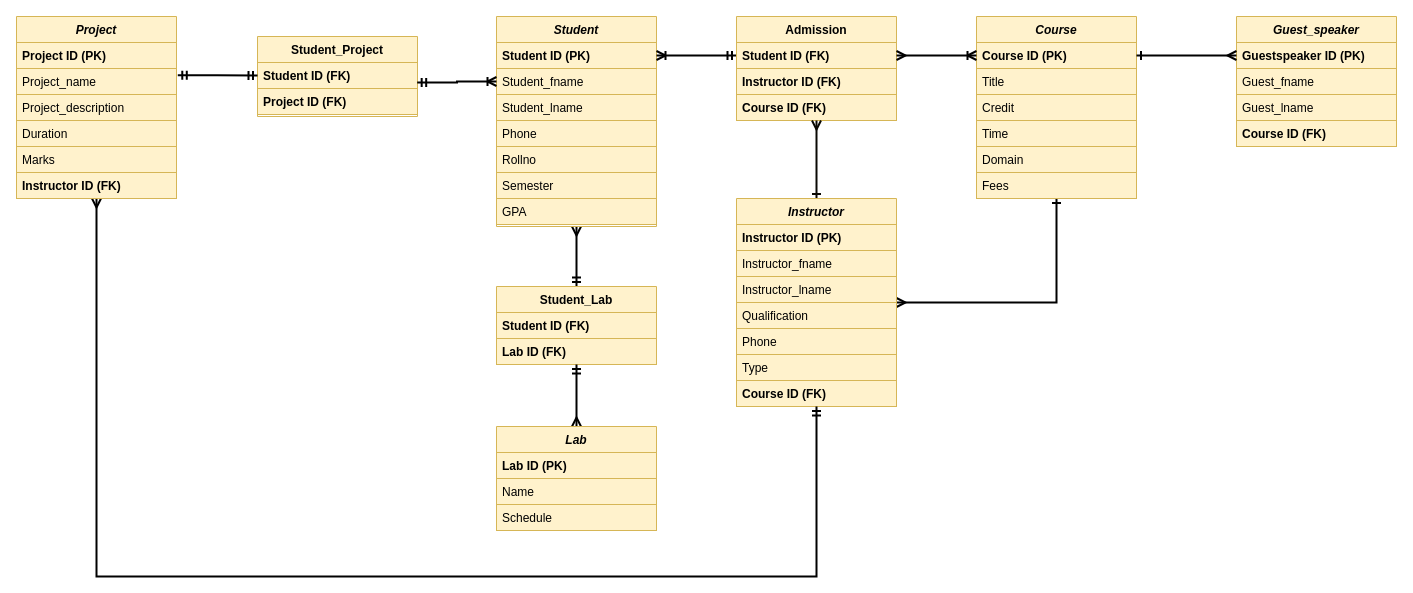
Earlier version of the draw.io diagram Untitled Diagram.drawio (sujalthakuri/h). Source tidied: cells renumbered, new cells numbered last; positions are measured from the earlier drawing's top-left corner, leaving out a move shared by most shapes. Both pictures are drawn from the tidied source at 100%, with x=0, y=0 at pixel (16, 16).
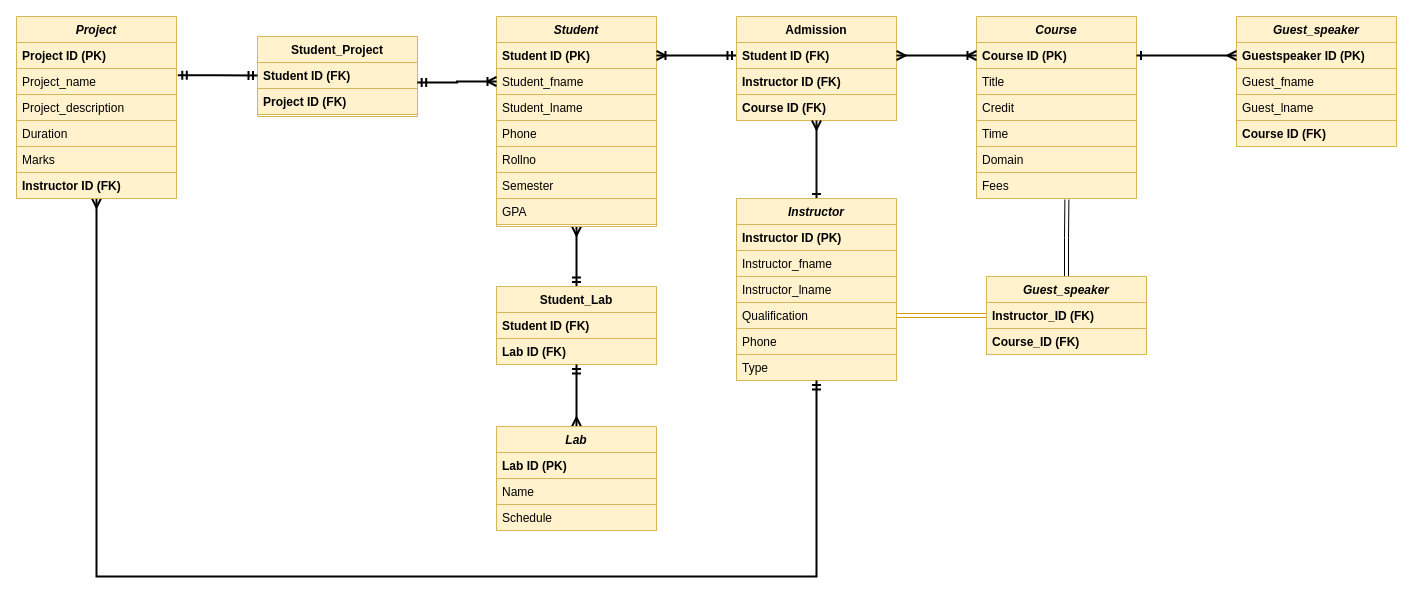
After the change.

Unchanged cells that the change refers to:
```xml
<mxCell id="26" value="Course" style="swimlane;fontStyle=3;align=center;verticalAlign=top;horizontal=1;startSize=26;rounded=0;shadow=0;strokeWidth=1;fillColor=#fff2cc;strokeColor=#d6b656;" parent="1" vertex="1">
  <mxGeometry x="960" width="160" height="182" as="geometry" />
</mxCell>
<mxCell id="32" value="Fees" style="text;align=left;verticalAlign=top;spacingLeft=4;spacingRight=4;overflow=hidden;points=[[0,0.5],[1,0.5]];portConstraint=eastwest;rounded=0;shadow=0;html=0;fillColor=#fff2cc;strokeColor=#d6b656;" parent="26" vertex="1">
  <mxGeometry y="156" width="160" height="26" as="geometry" />
</mxCell>
```

Change to the diagram source:
```diff
@@
-    <mxCell id="17" style="edgeStyle=orthogonalEdgeStyle;rounded=0;jettySize=auto;html=1;exitX=1;exitY=0.5;exitDx=0;exitDy=0;entryX=0.5;entryY=1;entryDx=0;entryDy=0;strokeWidth=2;startArrow=ERmany;startFill=0;endArrow=ERone;endFill=0;" parent="1" edge="1" source="18" target="26">
-      <mxGeometry relative="1" as="geometry" />
-    </mxCell>
     <mxCell id="18" value="Instructor" style="swimlane;fontStyle=3;align=center;verticalAlign=top;horizontal=1;startSize=26;rounded=0;shadow=0;strokeWidth=1;fillColor=#fff2cc;strokeColor=#d6b656;" parent="1" vertex="1">
-      <mxGeometry x="720" y="182" width="160" height="208" as="geometry" />
+      <mxGeometry x="720" y="182" width="160" height="182" as="geometry" />
     </mxCell>
@@
-    <mxCell id="25" value="Course ID (FK)" style="text;align=left;verticalAlign=top;spacingLeft=4;spacingRight=4;overflow=hidden;rounded=0;shadow=0;html=0;fontStyle=1;fillColor=#fff2cc;strokeColor=#d6b656;" parent="18" vertex="1">
-      <mxGeometry y="182" width="160" height="26" as="geometry" />
-    </mxCell>
@@
+    <mxCell id="61" style="edgeStyle=orthogonalEdgeStyle;rounded=0;jettySize=auto;html=1;exitX=0.5;exitY=0;exitDx=0;exitDy=0;entryX=0.565;entryY=1.038;entryDx=0;entryDy=0;entryPerimeter=0;endArrow=ERmany;endFill=0;shape=link;" parent="1" edge="1" source="62" target="32">
+      <mxGeometry relative="1" as="geometry" />
+    </mxCell>
+    <mxCell id="62" value="Guest_speaker" style="swimlane;fontStyle=3;align=center;verticalAlign=top;horizontal=1;startSize=26;rounded=0;shadow=0;strokeWidth=1;fillColor=#fff2cc;strokeColor=#d6b656;" parent="1" vertex="1">
+      <mxGeometry x="970" y="260" width="160" height="78" as="geometry" />
+    </mxCell>
+    <mxCell id="63" style="edgeStyle=orthogonalEdgeStyle;rounded=0;jettySize=auto;html=1;exitX=0;exitY=0.5;exitDx=0;exitDy=0;endArrow=ERmany;endFill=0;fillColor=#ffe6cc;strokeColor=#d79b00;shape=link;" parent="62" edge="1" source="64">
+      <mxGeometry relative="1" as="geometry">
+        <mxPoint x="-90" y="39" as="targetPoint" />
+      </mxGeometry>
+    </mxCell>
+    <mxCell id="64" value="Instructor_ID (FK)" style="text;align=left;verticalAlign=top;spacingLeft=4;spacingRight=4;overflow=hidden;points=[[0,0.5],[1,0.5]];portConstraint=eastwest;rounded=0;shadow=0;html=0;fillColor=#fff2cc;strokeColor=#d6b656;fontStyle=1;" parent="62" vertex="1">
+      <mxGeometry y="26" width="160" height="26" as="geometry" />
+    </mxCell>
+    <mxCell id="65" value="Course_ID (FK)" style="text;align=left;verticalAlign=top;spacingLeft=4;spacingRight=4;overflow=hidden;rounded=0;shadow=0;html=0;fillColor=#fff2cc;strokeColor=#d6b656;fontStyle=1;" parent="62" vertex="1">
+      <mxGeometry y="52" width="160" height="26" as="geometry" />
+    </mxCell>
```
